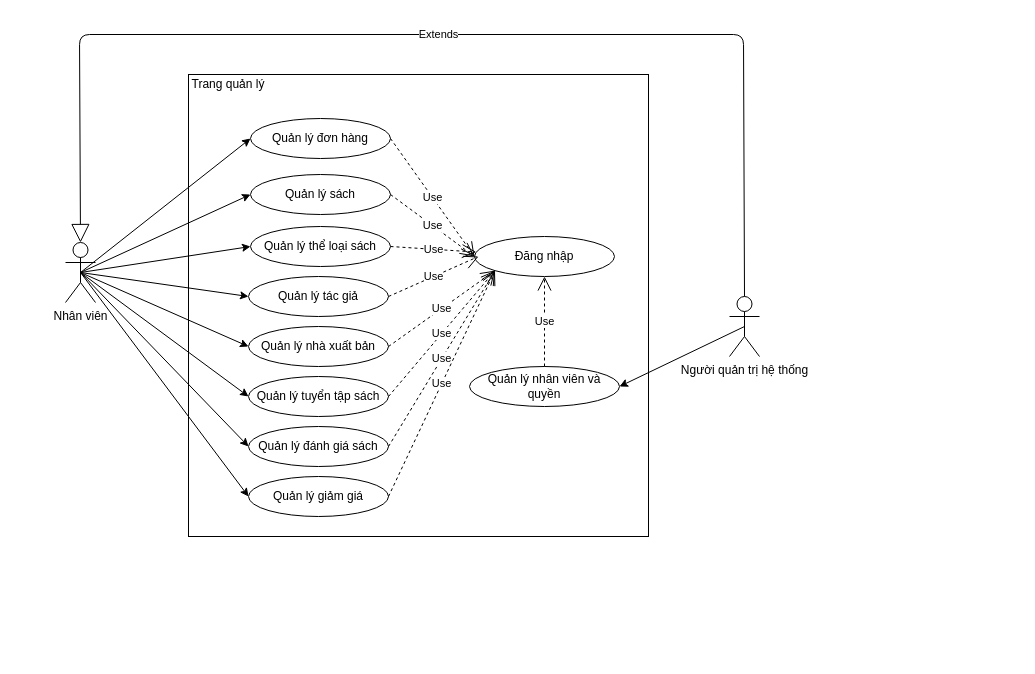
The draw.io diagram Documents/Usecase tổng quan trang quản lý.drawio in giangnt15/final-year-project, before the edit. Source tidied: cells renumbered, new cells numbered last; positions are measured from the earlier drawing's top-left corner, leaving out a move shared by most shapes. Both pictures are drawn from the tidied source at 100%, with x=0, y=0 at pixel (65, 34).
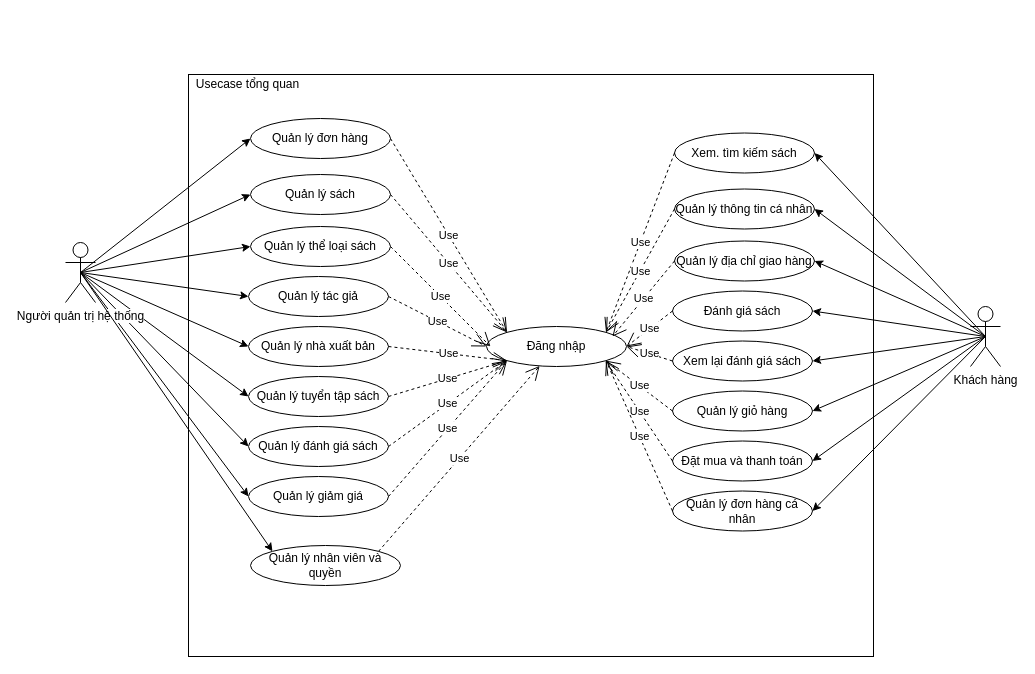
After the change.

The change refers to these unchanged cells:
```xml
<mxCell id="7" value="Quản lý đơn hàng" style="ellipse;whiteSpace=wrap;html=1;" parent="1" vertex="1">
  <mxGeometry x="185" y="84" width="140" height="40" as="geometry" />
</mxCell>
<mxCell id="8" value="Quản lý sách" style="ellipse;whiteSpace=wrap;html=1;" parent="1" vertex="1">
  <mxGeometry x="185" y="140" width="140" height="40" as="geometry" />
</mxCell>
<mxCell id="11" value="Quản lý thể loại sách" style="ellipse;whiteSpace=wrap;html=1;" parent="1" vertex="1">
  <mxGeometry x="185" y="192" width="140" height="40" as="geometry" />
</mxCell>
<mxCell id="12" value="Quản lý tác giả" style="ellipse;whiteSpace=wrap;html=1;" parent="1" vertex="1">
  <mxGeometry x="183" y="242" width="140" height="40" as="geometry" />
</mxCell>
```

Diff of the diagram source:
```diff
@@
     <mxCell id="2" style="rounded=0;whiteSpace=wrap;html=1;" parent="1" vertex="1">
-      <mxGeometry x="123" y="40" width="460" height="462" as="geometry" />
+      <mxGeometry x="123" y="40" width="685" height="582" as="geometry" />
     </mxCell>
-    <mxCell id="3" value="Người quản trị hệ thống" style="shape=umlActor;verticalLabelPosition=bottom;labelBackgroundColor=#ffffff;verticalAlign=top;html=1;outlineConnect=0;" parent="1" vertex="1">
-      <mxGeometry x="664" y="262" width="30" height="60" as="geometry" />
-    </mxCell>
-    <mxCell id="4" value="Nhân viên" style="shape=umlActor;verticalLabelPosition=bottom;labelBackgroundColor=#ffffff;verticalAlign=top;html=1;outlineConnect=0;" parent="1" vertex="1">
-      <mxGeometry y="208" width="30" height="60" as="geometry" />
-    </mxCell>
     <mxCell id="5" value="Đăng nhập" style="ellipse;whiteSpace=wrap;html=1;" parent="1" vertex="1">
-      <mxGeometry x="409" y="202" width="140" height="40" as="geometry" />
+      <mxGeometry x="421" y="292" width="140" height="40" as="geometry" />
     </mxCell>
-    <mxCell id="6" value="Trang quản lý" style="text;html=1;strokeColor=none;fillColor=none;align=center;verticalAlign=middle;whiteSpace=wrap;rounded=0;" parent="1" vertex="1">
-      <mxGeometry x="123" y="40" width="80" height="20" as="geometry" />
+    <mxCell id="6" value="Usecase tổng quan" style="text;html=1;strokeColor=none;fillColor=none;align=center;verticalAlign=middle;whiteSpace=wrap;rounded=0;" parent="1" vertex="1">
+      <mxGeometry x="123" y="40" width="119" height="20" as="geometry" />
     </mxCell>
@@
     <mxCell id="15" value="Quản lý nhân viên và quyền" style="ellipse;whiteSpace=wrap;html=1;" parent="1" vertex="1">
-      <mxGeometry x="404" y="332" width="150" height="40" as="geometry" />
+      <mxGeometry x="185" y="511" width="150" height="40" as="geometry" />
     </mxCell>
@@
-    <mxCell id="24" style="endArrow=classic;html=1;exitX=0.5;exitY=0.5;exitDx=0;exitDy=0;exitPerimeter=0;entryX=1;entryY=0.5;entryDx=0;entryDy=0;" parent="1" edge="1" source="3" target="15">
-      <mxGeometry relative="1" as="geometry" />
-    </mxCell>
-    <mxCell id="25" value="Extends" style="endArrow=block;endSize=16;endFill=0;html=1;exitX=0.5;exitY=0;exitDx=0;exitDy=0;exitPerimeter=0;entryX=0.5;entryY=0;entryDx=0;entryDy=0;entryPerimeter=0;" parent="1" edge="1" source="3" target="4">
-      <mxGeometry relative="1" as="geometry">
-        <Array as="points">
-          <mxPoint x="678" />
-          <mxPoint x="14" />
-        </Array>
-      </mxGeometry>
-    </mxCell>
-    <mxCell id="26" value="Use" style="endArrow=open;endSize=12;dashed=1;html=1;exitX=1;exitY=0.5;exitDx=0;exitDy=0;entryX=0;entryY=0.5;entryDx=0;entryDy=0;" parent="1" edge="1" source="7" target="5">
+    <mxCell id="26" value="Use" style="endArrow=open;endSize=12;dashed=1;html=1;exitX=1;exitY=0.5;exitDx=0;exitDy=0;entryX=0;entryY=0;entryDx=0;entryDy=0;" parent="1" edge="1" source="7" target="5">
       <mxGeometry relative="1" as="geometry" />
     </mxCell>
-    <mxCell id="27" value="Use" style="endArrow=open;endSize=12;dashed=1;html=1;exitX=1;exitY=0.5;exitDx=0;exitDy=0;entryX=0;entryY=0.5;entryDx=0;entryDy=0;" parent="1" edge="1" source="8" target="5">
+    <mxCell id="27" value="Use" style="endArrow=open;endSize=12;dashed=1;html=1;exitX=1;exitY=0.5;exitDx=0;exitDy=0;entryX=0;entryY=0;entryDx=0;entryDy=0;" parent="1" edge="1" source="8" target="5">
       <mxGeometry relative="1" as="geometry" />
     </mxCell>
-    <mxCell id="28" value="Use" style="endArrow=open;endSize=12;dashed=1;html=1;exitX=1;exitY=0.5;exitDx=0;exitDy=0;" parent="1" edge="1" source="11" target="5">
-      <mxGeometry relative="1" as="geometry" />
+    <mxCell id="28" value="Use" style="endArrow=open;endSize=12;dashed=1;html=1;exitX=1;exitY=0.5;exitDx=0;exitDy=0;" parent="1" edge="1" source="11">
+      <mxGeometry relative="1" as="geometry">
+        <mxPoint x="425" y="312" as="targetPoint" />
+      </mxGeometry>
     </mxCell>
     <mxCell id="29" value="Use" style="endArrow=open;endSize=12;dashed=1;html=1;exitX=1;exitY=0.5;exitDx=0;exitDy=0;" parent="1" edge="1" source="12">
       <mxGeometry relative="1" as="geometry">
-        <mxPoint x="413" y="222" as="targetPoint" />
+        <mxPoint x="421" y="312" as="targetPoint" />
       </mxGeometry>
     </mxCell>
@@
-    <mxCell id="34" value="Use" style="endArrow=open;endSize=12;dashed=1;html=1;exitX=0.5;exitY=0;exitDx=0;exitDy=0;" parent="1" edge="1" source="15" target="5">
+    <mxCell id="34" value="Use" style="endArrow=open;endSize=12;dashed=1;html=1;exitX=1;exitY=0;exitDx=0;exitDy=0;" parent="1" edge="1" source="15" target="5">
       <mxGeometry relative="1" as="geometry" />
     </mxCell>
+    <mxCell id="4" value="Người quản trị hệ thống" style="shape=umlActor;verticalLabelPosition=bottom;labelBackgroundColor=#ffffff;verticalAlign=top;html=1;outlineConnect=0;" parent="1" vertex="1">
+      <mxGeometry y="208" width="30" height="60" as="geometry" />
+    </mxCell>
+    <mxCell id="35" style="endArrow=classic;html=1;exitX=0.5;exitY=0.5;exitDx=0;exitDy=0;exitPerimeter=0;entryX=0;entryY=0;entryDx=0;entryDy=0;" parent="1" edge="1" source="4" target="15">
+      <mxGeometry relative="1" as="geometry" />
+    </mxCell>
+    <mxCell id="36" value="Xem. tìm kiếm sách" style="ellipse;whiteSpace=wrap;html=1;" parent="1" vertex="1">
+      <mxGeometry x="609" y="98.5" width="140" height="40" as="geometry" />
+    </mxCell>
+    <mxCell id="37" value="Quản lý thông tin cá nhân" style="ellipse;whiteSpace=wrap;html=1;" parent="1" vertex="1">
+      <mxGeometry x="609" y="154.5" width="140" height="40" as="geometry" />
+    </mxCell>
+    <mxCell id="38" value="Quản lý giỏ hàng" style="ellipse;whiteSpace=wrap;html=1;" parent="1" vertex="1">
+      <mxGeometry x="607" y="356.5" width="140" height="40" as="geometry" />
+    </mxCell>
+    <mxCell id="39" value="Xem lại đánh giá sách" style="ellipse;whiteSpace=wrap;html=1;" parent="1" vertex="1">
+      <mxGeometry x="607" y="306.5" width="140" height="40" as="geometry" />
+    </mxCell>
+    <mxCell id="40" value="Quản lý địa chỉ giao hàng" style="ellipse;whiteSpace=wrap;html=1;" parent="1" vertex="1">
+      <mxGeometry x="609" y="206.5" width="140" height="40" as="geometry" />
+    </mxCell>
+    <mxCell id="41" value="Đánh giá sách" style="ellipse;whiteSpace=wrap;html=1;" parent="1" vertex="1">
+      <mxGeometry x="607" y="256.5" width="140" height="40" as="geometry" />
+    </mxCell>
+    <mxCell id="42" value="Đặt mua và thanh toán" style="ellipse;whiteSpace=wrap;html=1;" parent="1" vertex="1">
+      <mxGeometry x="607" y="406.5" width="140" height="40" as="geometry" />
+    </mxCell>
+    <mxCell id="43" value="Quản lý đơn hàng cá nhân" style="ellipse;whiteSpace=wrap;html=1;" parent="1" vertex="1">
+      <mxGeometry x="607" y="456.5" width="140" height="40" as="geometry" />
+    </mxCell>
+    <mxCell id="44" value="Use" style="endArrow=open;endSize=12;dashed=1;html=1;entryX=1;entryY=0;entryDx=0;entryDy=0;exitX=0;exitY=0.5;exitDx=0;exitDy=0;" parent="1" edge="1" source="36" target="5">
+      <mxGeometry relative="1" as="geometry" />
+    </mxCell>
+    <mxCell id="45" value="Use" style="endArrow=open;endSize=12;dashed=1;html=1;exitX=0;exitY=0.5;exitDx=0;exitDy=0;entryX=1;entryY=0;entryDx=0;entryDy=0;" parent="1" edge="1" source="37" target="5">
+      <mxGeometry relative="1" as="geometry" />
+    </mxCell>
+    <mxCell id="46" value="Use" style="endArrow=open;endSize=12;dashed=1;html=1;exitX=0;exitY=0.5;exitDx=0;exitDy=0;entryX=0.9;entryY=0.25;entryDx=0;entryDy=0;entryPerimeter=0;" parent="1" edge="1" source="40" target="5">
+      <mxGeometry relative="1" as="geometry" />
+    </mxCell>
+    <mxCell id="47" value="Use" style="endArrow=open;endSize=12;dashed=1;html=1;exitX=0;exitY=0.5;exitDx=0;exitDy=0;entryX=1;entryY=0.5;entryDx=0;entryDy=0;" parent="1" edge="1" source="41" target="5">
+      <mxGeometry relative="1" as="geometry" />
+    </mxCell>
+    <mxCell id="48" value="Use" style="endArrow=open;endSize=12;dashed=1;html=1;exitX=0;exitY=0.5;exitDx=0;exitDy=0;entryX=1;entryY=0.5;entryDx=0;entryDy=0;" parent="1" edge="1" source="39" target="5">
+      <mxGeometry relative="1" as="geometry" />
+    </mxCell>
+    <mxCell id="49" value="Use" style="endArrow=open;endSize=12;dashed=1;html=1;exitX=0;exitY=0.5;exitDx=0;exitDy=0;entryX=1;entryY=1;entryDx=0;entryDy=0;" parent="1" edge="1" source="38" target="5">
+      <mxGeometry relative="1" as="geometry" />
+    </mxCell>
+    <mxCell id="50" value="Use" style="endArrow=open;endSize=12;dashed=1;html=1;exitX=0;exitY=0.5;exitDx=0;exitDy=0;" parent="1" edge="1" source="42">
+      <mxGeometry relative="1" as="geometry">
+        <mxPoint x="540" y="326" as="targetPoint" />
+      </mxGeometry>
+    </mxCell>
+    <mxCell id="51" value="Use" style="endArrow=open;endSize=12;dashed=1;html=1;exitX=0;exitY=0.5;exitDx=0;exitDy=0;entryX=1;entryY=1;entryDx=0;entryDy=0;" parent="1" edge="1" source="43" target="5">
+      <mxGeometry relative="1" as="geometry" />
+    </mxCell>
+    <mxCell id="52" value="Khách hàng" style="shape=umlActor;verticalLabelPosition=bottom;labelBackgroundColor=#ffffff;verticalAlign=top;html=1;" parent="1" vertex="1">
+      <mxGeometry x="905" y="272" width="30" height="60" as="geometry" />
+    </mxCell>
+    <mxCell id="53" style="endArrow=classic;html=1;exitX=0.5;exitY=0.5;exitDx=0;exitDy=0;exitPerimeter=0;entryX=1;entryY=0.5;entryDx=0;entryDy=0;" parent="1" edge="1" source="52" target="36">
+      <mxGeometry relative="1" as="geometry" />
+    </mxCell>
+    <mxCell id="54" style="endArrow=classic;html=1;exitX=0.5;exitY=0.5;exitDx=0;exitDy=0;exitPerimeter=0;entryX=1;entryY=0.5;entryDx=0;entryDy=0;" parent="1" edge="1" source="52" target="37">
+      <mxGeometry relative="1" as="geometry" />
+    </mxCell>
+    <mxCell id="55" style="endArrow=classic;html=1;exitX=0.5;exitY=0.5;exitDx=0;exitDy=0;exitPerimeter=0;entryX=1;entryY=0.5;entryDx=0;entryDy=0;" parent="1" edge="1" source="52" target="40">
+      <mxGeometry relative="1" as="geometry" />
+    </mxCell>
+    <mxCell id="56" style="endArrow=classic;html=1;exitX=0.5;exitY=0.5;exitDx=0;exitDy=0;exitPerimeter=0;entryX=1;entryY=0.5;entryDx=0;entryDy=0;" parent="1" edge="1" source="52" target="41">
+      <mxGeometry relative="1" as="geometry" />
+    </mxCell>
+    <mxCell id="57" style="endArrow=classic;html=1;exitX=0.5;exitY=0.5;exitDx=0;exitDy=0;exitPerimeter=0;entryX=1;entryY=0.5;entryDx=0;entryDy=0;" parent="1" edge="1" source="52" target="39">
+      <mxGeometry relative="1" as="geometry" />
+    </mxCell>
+    <mxCell id="58" style="endArrow=classic;html=1;exitX=0.5;exitY=0.5;exitDx=0;exitDy=0;exitPerimeter=0;entryX=1;entryY=0.5;entryDx=0;entryDy=0;" parent="1" edge="1" source="52" target="38">
+      <mxGeometry relative="1" as="geometry" />
+    </mxCell>
+    <mxCell id="59" style="endArrow=classic;html=1;exitX=0.5;exitY=0.5;exitDx=0;exitDy=0;exitPerimeter=0;entryX=1;entryY=0.5;entryDx=0;entryDy=0;" parent="1" edge="1" source="52" target="42">
+      <mxGeometry relative="1" as="geometry" />
+    </mxCell>
+    <mxCell id="60" style="endArrow=classic;html=1;exitX=0.5;exitY=0.5;exitDx=0;exitDy=0;exitPerimeter=0;entryX=1;entryY=0.5;entryDx=0;entryDy=0;" parent="1" edge="1" source="52" target="43">
+      <mxGeometry relative="1" as="geometry" />
+    </mxCell>
```
